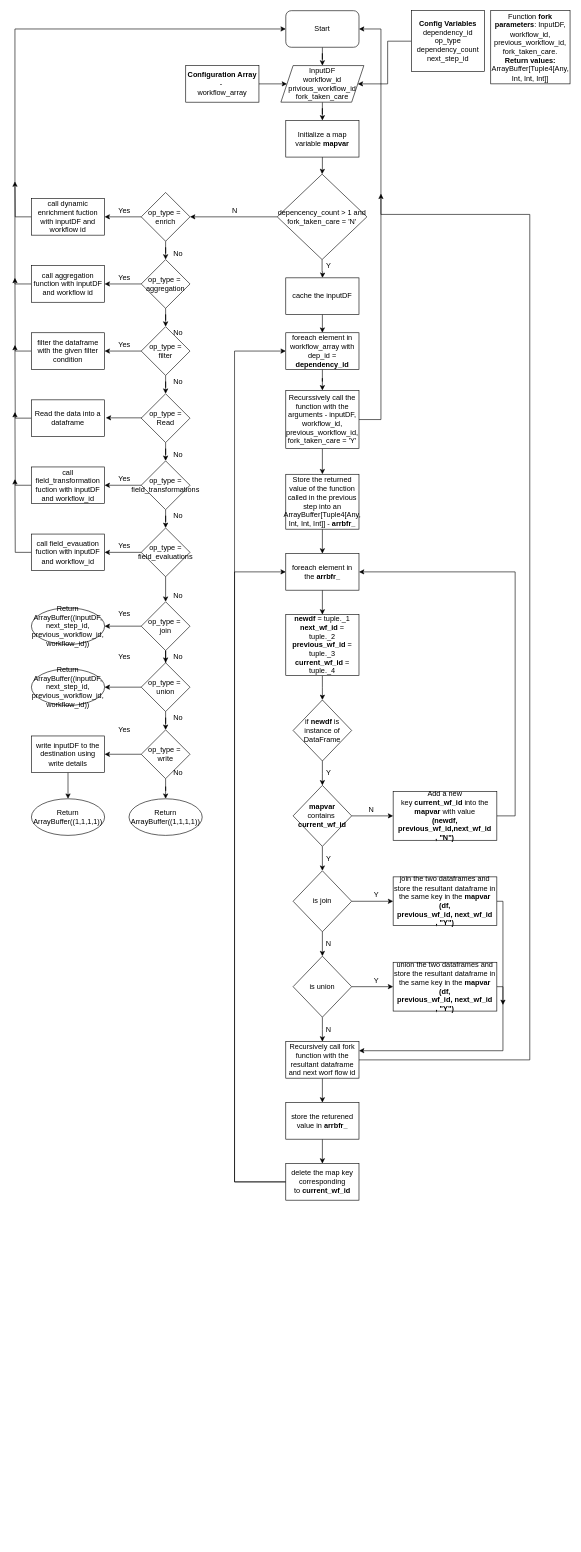
This is page "updated workflow" (6 of 9) of appagggrp3.drawio from praneethsai83/GenericProcessing, a draw.io file, before an edit. Source tidied: cells renumbered, new cells numbered last; positions are measured from the earlier drawing's top-left corner, leaving out a move shared by most shapes. Both pictures are drawn from the tidied source at 61%, with x=0, y=0 at pixel (15, 10).
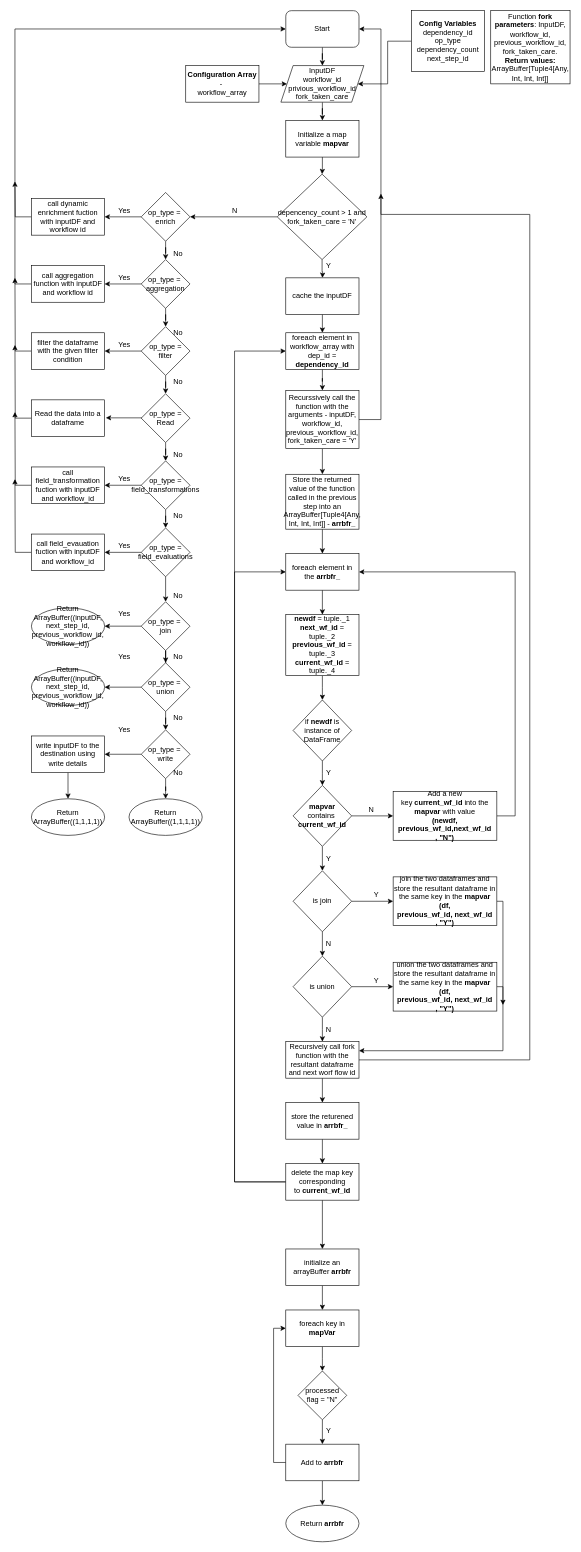
After the change.

Unchanged cells that the change refers to:
```xml
<mxCell id="124" value="delete the map key corresponding to&amp;nbsp;&lt;b&gt;current_wf_id&lt;/b&gt;" style="whiteSpace=wrap;html=1;" parent="1" vertex="1">
  <mxGeometry x="444" y="1890" width="120" height="60" as="geometry" />
</mxCell>
```

What changed in the source:
```diff
@@
+    <mxCell id="126" style="edgeStyle=orthogonalEdgeStyle;rounded=0;jettySize=auto;html=1;" parent="1" edge="1" source="124" target="128">
+      <mxGeometry relative="1" as="geometry" />
+    </mxCell>
@@
+    <mxCell id="127" style="edgeStyle=orthogonalEdgeStyle;rounded=0;jettySize=auto;html=1;" parent="1" edge="1" source="128" target="130">
+      <mxGeometry relative="1" as="geometry" />
+    </mxCell>
+    <mxCell id="128" value="initialize an arrayBuffer &lt;b&gt;arrbfr&lt;/b&gt;" style="whiteSpace=wrap;html=1;" parent="1" vertex="1">
+      <mxGeometry x="444" y="2030" width="120" height="60" as="geometry" />
+    </mxCell>
+    <mxCell id="129" style="edgeStyle=orthogonalEdgeStyle;rounded=0;jettySize=auto;html=1;" parent="1" edge="1" source="130">
+      <mxGeometry relative="1" as="geometry">
+        <mxPoint x="504" y="2230" as="targetPoint" />
+      </mxGeometry>
+    </mxCell>
+    <mxCell id="130" value="foreach key in &lt;b&gt;mapVar&lt;/b&gt;" style="whiteSpace=wrap;html=1;" parent="1" vertex="1">
+      <mxGeometry x="444" y="2130" width="120" height="60" as="geometry" />
+    </mxCell>
+    <mxCell id="131" style="edgeStyle=orthogonalEdgeStyle;rounded=0;jettySize=auto;html=1;" parent="1" edge="1" source="132" target="135">
+      <mxGeometry relative="1" as="geometry" />
+    </mxCell>
+    <mxCell id="132" value="processed flag = &quot;N&quot;" style="rhombus;whiteSpace=wrap;html=1;" parent="1" vertex="1">
+      <mxGeometry x="464" y="2230" width="80" height="80" as="geometry" />
+    </mxCell>
+    <mxCell id="133" style="edgeStyle=orthogonalEdgeStyle;rounded=0;jettySize=auto;html=1;entryX=0;entryY=0.5;entryDx=0;entryDy=0;" parent="1" edge="1" source="135" target="130">
+      <mxGeometry relative="1" as="geometry">
+        <Array as="points">
+          <mxPoint x="424" y="2380" />
+          <mxPoint x="424" y="2160" />
+        </Array>
+      </mxGeometry>
+    </mxCell>
+    <mxCell id="134" style="edgeStyle=orthogonalEdgeStyle;rounded=0;jettySize=auto;html=1;" parent="1" edge="1" source="135" target="137">
+      <mxGeometry relative="1" as="geometry" />
+    </mxCell>
+    <mxCell id="135" value="Add to &lt;b&gt;arrbfr&lt;/b&gt;" style="whiteSpace=wrap;html=1;" parent="1" vertex="1">
+      <mxGeometry x="444" y="2350" width="120" height="60" as="geometry" />
+    </mxCell>
+    <mxCell id="136" value="Y" style="text;html=1;align=center;verticalAlign=middle;strokeColor=none;fillColor=none;" parent="1" vertex="1">
+      <mxGeometry x="504" y="2318" width="20" height="20" as="geometry" />
+    </mxCell>
+    <mxCell id="137" value="Return &lt;b&gt;arrbfr&lt;/b&gt;" style="ellipse;whiteSpace=wrap;html=1;" parent="1" vertex="1">
+      <mxGeometry x="444" y="2450" width="120" height="60" as="geometry" />
+    </mxCell>
```
